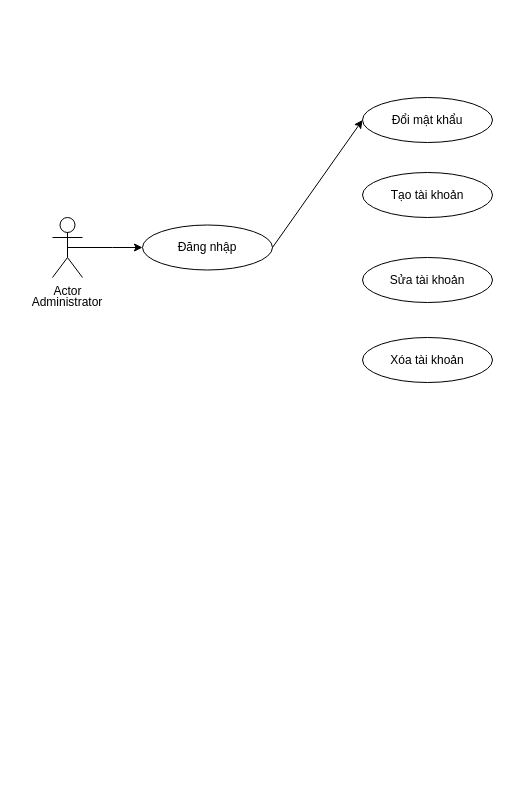
Above: Diagram/Untitled Diagram.drawio in martlucky/Diagrams (draw.io), before the change. Source tidied: cells renumbered, new cells numbered last; positions are measured from the earlier drawing's top-left corner, leaving out a move shared by most shapes. Both pictures are drawn from the tidied source at 100%, with x=0, y=0 at pixel (17, 97).
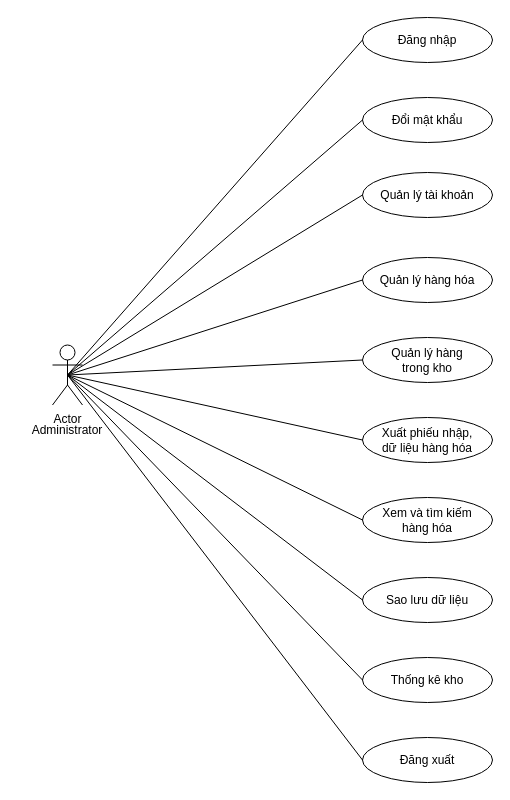
After the change.

Commit message:
Cập nhật Untitled Diagram.drawio

Unchanged cells that the change refers to:
```xml
<mxCell id="8" style="ellipse;whiteSpace=wrap;html=1;" parent="1" vertex="1">
  <mxGeometry x="345" width="130" height="45" as="geometry" />
</mxCell>
<mxCell id="10" style="ellipse;whiteSpace=wrap;html=1;" parent="1" vertex="1">
  <mxGeometry x="345" y="75" width="130" height="45" as="geometry" />
</mxCell>
<mxCell id="12" style="ellipse;whiteSpace=wrap;html=1;" parent="1" vertex="1">
  <mxGeometry x="345" y="160" width="130" height="45" as="geometry" />
</mxCell>
<mxCell id="14" style="ellipse;whiteSpace=wrap;html=1;" parent="1" vertex="1">
  <mxGeometry x="345" y="240" width="130" height="45" as="geometry" />
</mxCell>
```

Diff of the diagram source:
```diff
@@
-    <mxCell id="2" style="edgeStyle=orthogonalEdgeStyle;rounded=0;jettySize=auto;html=1;exitX=0.5;exitY=0.5;exitDx=0;exitDy=0;exitPerimeter=0;" parent="1" edge="1" source="3">
-      <mxGeometry relative="1" as="geometry">
-        <mxPoint x="125" y="150" as="targetPoint" />
-      </mxGeometry>
-    </mxCell>
     <mxCell id="3" value="Actor" style="shape=umlActor;verticalLabelPosition=bottom;verticalAlign=top;html=1;outlineConnect=0;direction=east;fontFamily=Helvetica;labelPadding=0;" parent="1" vertex="1">
-      <mxGeometry x="35" y="120" width="30" height="60" as="geometry" />
+      <mxGeometry x="35" y="247.5" width="30" height="60" as="geometry" />
     </mxCell>
     <mxCell id="4" value="Administrator" style="text;html=1;align=center;verticalAlign=middle;whiteSpace=wrap;rounded=0;" parent="1" vertex="1">
-      <mxGeometry y="190" width="100" height="30" as="geometry" />
+      <mxGeometry y="317.5" width="100" height="30" as="geometry" />
     </mxCell>
     <mxCell id="5" style="ellipse;whiteSpace=wrap;html=1;" parent="1" vertex="1">
-      <mxGeometry x="125" y="127.5" width="130" height="45" as="geometry" />
+      <mxGeometry x="345" y="-80" width="130" height="45" as="geometry" />
     </mxCell>
     <mxCell id="6" value="Đăng nhập" style="text;html=1;align=center;verticalAlign=middle;whiteSpace=wrap;rounded=0;" parent="1" vertex="1">
-      <mxGeometry x="130" y="135" width="120" height="30" as="geometry" />
+      <mxGeometry x="350" y="-72.5" width="120" height="30" as="geometry" />
     </mxCell>
-    <mxCell id="7" style="endArrow=classic;html=1;rounded=0;exitX=1;exitY=0.5;exitDx=0;exitDy=0;entryX=0;entryY=0.5;entryDx=0;entryDy=0;" parent="1" edge="1" source="5" target="8">
-      <mxGeometry relative="1" as="geometry" />
-    </mxCell>
@@
-    <mxCell id="11" value="Tạo tài khoản" style="text;html=1;align=center;verticalAlign=middle;whiteSpace=wrap;rounded=0;" parent="1" vertex="1">
+    <mxCell id="11" value="Quản lý tài khoản" style="text;html=1;align=center;verticalAlign=middle;whiteSpace=wrap;rounded=0;" parent="1" vertex="1">
       <mxGeometry x="350" y="82.5" width="120" height="30" as="geometry" />
     </mxCell>
@@
-    <mxCell id="13" value="Sửa tài khoản" style="text;html=1;align=center;verticalAlign=middle;whiteSpace=wrap;rounded=0;" parent="1" vertex="1">
+    <mxCell id="13" value="Quản lý hàng hóa" style="text;html=1;align=center;verticalAlign=middle;whiteSpace=wrap;rounded=0;" parent="1" vertex="1">
       <mxGeometry x="350" y="167.5" width="120" height="30" as="geometry" />
     </mxCell>
@@
-    <mxCell id="15" value="Xóa tài khoản" style="text;html=1;align=center;verticalAlign=middle;whiteSpace=wrap;rounded=0;" parent="1" vertex="1">
+    <mxCell id="15" value="Quản lý hàng&lt;div&gt;trong kho&lt;/div&gt;" style="text;html=1;align=center;verticalAlign=middle;whiteSpace=wrap;rounded=0;" parent="1" vertex="1">
       <mxGeometry x="350" y="247.5" width="120" height="30" as="geometry" />
     </mxCell>
+    <mxCell id="16" style="ellipse;whiteSpace=wrap;html=1;" parent="1" vertex="1">
+      <mxGeometry x="345" y="320" width="130" height="45" as="geometry" />
+    </mxCell>
+    <mxCell id="17" value="Xuất phiếu nhập,&lt;div&gt;dữ liệu hàng hóa&lt;/div&gt;" style="text;html=1;align=center;verticalAlign=middle;whiteSpace=wrap;rounded=0;" parent="1" vertex="1">
+      <mxGeometry x="350" y="327.5" width="120" height="30" as="geometry" />
+    </mxCell>
+    <mxCell id="18" style="ellipse;whiteSpace=wrap;html=1;" parent="1" vertex="1">
+      <mxGeometry x="345" y="400" width="130" height="45" as="geometry" />
+    </mxCell>
+    <mxCell id="19" value="Xem và tìm kiếm&lt;div&gt;hàng hóa&lt;/div&gt;" style="text;html=1;align=center;verticalAlign=middle;whiteSpace=wrap;rounded=0;" parent="1" vertex="1">
+      <mxGeometry x="350" y="407.5" width="120" height="30" as="geometry" />
+    </mxCell>
+    <mxCell id="20" style="ellipse;whiteSpace=wrap;html=1;" parent="1" vertex="1">
+      <mxGeometry x="345" y="480" width="130" height="45" as="geometry" />
+    </mxCell>
+    <mxCell id="21" value="Sao lưu dữ liệu" style="text;html=1;align=center;verticalAlign=middle;whiteSpace=wrap;rounded=0;" parent="1" vertex="1">
+      <mxGeometry x="350" y="487.5" width="120" height="30" as="geometry" />
+    </mxCell>
+    <mxCell id="22" style="ellipse;whiteSpace=wrap;html=1;" parent="1" vertex="1">
+      <mxGeometry x="345" y="560" width="130" height="45" as="geometry" />
+    </mxCell>
+    <mxCell id="23" value="Thống kê kho" style="text;html=1;align=center;verticalAlign=middle;whiteSpace=wrap;rounded=0;" parent="1" vertex="1">
+      <mxGeometry x="350" y="567.5" width="120" height="30" as="geometry" />
+    </mxCell>
+    <mxCell id="24" style="ellipse;whiteSpace=wrap;html=1;" parent="1" vertex="1">
+      <mxGeometry x="345" y="640" width="130" height="45" as="geometry" />
+    </mxCell>
+    <mxCell id="25" value="Đăng xuất" style="text;html=1;align=center;verticalAlign=middle;whiteSpace=wrap;rounded=0;" parent="1" vertex="1">
+      <mxGeometry x="350" y="647.5" width="120" height="30" as="geometry" />
+    </mxCell>
+    <mxCell id="26" style="endArrow=none;html=1;rounded=0;exitX=0.5;exitY=0.5;exitDx=0;exitDy=0;exitPerimeter=0;entryX=0;entryY=0.5;entryDx=0;entryDy=0;" parent="1" edge="1" source="3" target="5">
+      <mxGeometry relative="1" as="geometry" />
+    </mxCell>
+    <mxCell id="27" style="endArrow=none;html=1;rounded=0;entryX=0;entryY=0.5;entryDx=0;entryDy=0;exitX=0.5;exitY=0.5;exitDx=0;exitDy=0;exitPerimeter=0;" parent="1" edge="1" source="3" target="8">
+      <mxGeometry relative="1" as="geometry" />
+    </mxCell>
+    <mxCell id="28" style="endArrow=none;html=1;rounded=0;exitX=0.5;exitY=0.5;exitDx=0;exitDy=0;exitPerimeter=0;entryX=0;entryY=0.5;entryDx=0;entryDy=0;" parent="1" edge="1" source="3" target="24">
+      <mxGeometry relative="1" as="geometry" />
+    </mxCell>
+    <mxCell id="29" style="endArrow=none;html=1;rounded=0;entryX=0;entryY=0.5;entryDx=0;entryDy=0;exitX=0.5;exitY=0.5;exitDx=0;exitDy=0;exitPerimeter=0;" parent="1" edge="1" source="3" target="22">
+      <mxGeometry relative="1" as="geometry" />
+    </mxCell>
+    <mxCell id="30" style="endArrow=none;html=1;rounded=0;entryX=0;entryY=0.5;entryDx=0;entryDy=0;exitX=0.5;exitY=0.5;exitDx=0;exitDy=0;exitPerimeter=0;" parent="1" edge="1" source="3" target="20">
+      <mxGeometry relative="1" as="geometry" />
+    </mxCell>
+    <mxCell id="31" style="endArrow=none;html=1;rounded=0;entryX=0;entryY=0.5;entryDx=0;entryDy=0;exitX=0.5;exitY=0.5;exitDx=0;exitDy=0;exitPerimeter=0;" parent="1" edge="1" source="3" target="18">
+      <mxGeometry relative="1" as="geometry" />
+    </mxCell>
+    <mxCell id="32" style="endArrow=none;html=1;rounded=0;entryX=0;entryY=0.5;entryDx=0;entryDy=0;exitX=0.5;exitY=0.5;exitDx=0;exitDy=0;exitPerimeter=0;" parent="1" edge="1" source="3" target="16">
+      <mxGeometry relative="1" as="geometry" />
+    </mxCell>
+    <mxCell id="33" style="endArrow=none;html=1;rounded=0;entryX=0;entryY=0.5;entryDx=0;entryDy=0;exitX=0.5;exitY=0.5;exitDx=0;exitDy=0;exitPerimeter=0;" parent="1" edge="1" source="3" target="14">
+      <mxGeometry relative="1" as="geometry" />
+    </mxCell>
+    <mxCell id="34" style="endArrow=none;html=1;rounded=0;entryX=0;entryY=0.5;entryDx=0;entryDy=0;exitX=0.5;exitY=0.5;exitDx=0;exitDy=0;exitPerimeter=0;" parent="1" edge="1" source="3" target="12">
+      <mxGeometry relative="1" as="geometry" />
+    </mxCell>
+    <mxCell id="35" style="endArrow=none;html=1;rounded=0;entryX=0;entryY=0.5;entryDx=0;entryDy=0;exitX=0.5;exitY=0.5;exitDx=0;exitDy=0;exitPerimeter=0;" parent="1" edge="1" source="3" target="10">
+      <mxGeometry relative="1" as="geometry" />
+    </mxCell>
```
